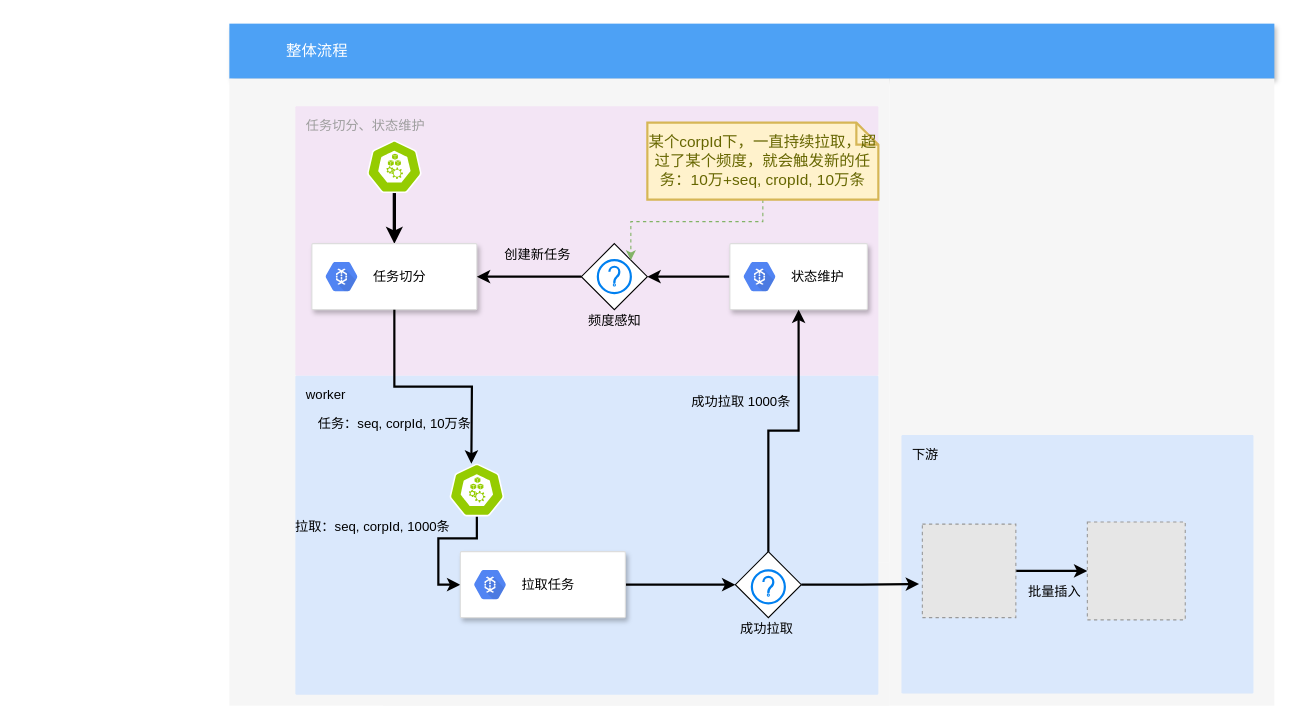
The draw.io diagram craft/fetch_task_flow.drawio in feihu618/drawio, before the edit. Source tidied: cells renumbered, new cells numbered last; positions are measured from the earlier drawing's top-left corner, leaving out a move shared by most shapes. Both pictures are drawn from the tidied source at 110%, with x=0, y=0 at pixel (229, 23). Pictures stored in the file or linked from it are replaced by grey dashed boxes.
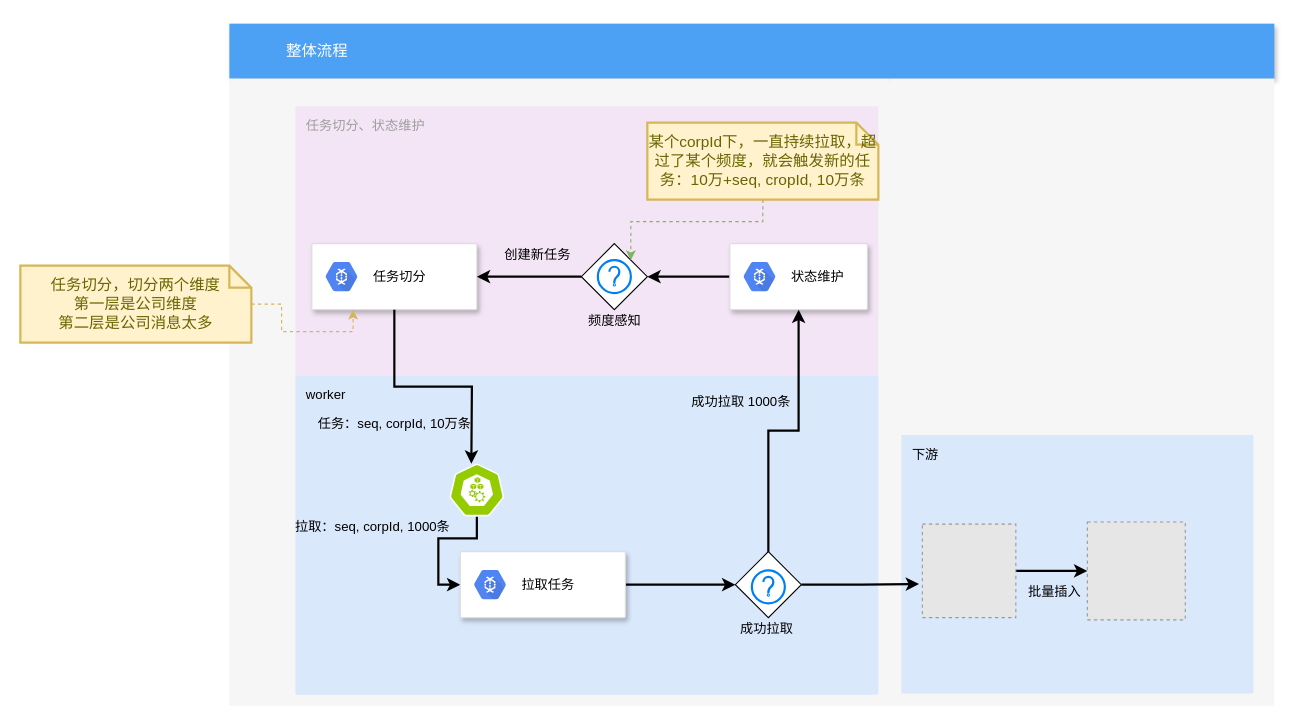
After the change.

Unchanged cells that the change refers to:
```xml
<mxCell id="9" style="strokeColor=#dddddd;shadow=1;strokeWidth=1;rounded=1;absoluteArcSize=1;arcSize=2;fontColor=#6666FF;" parent="1" vertex="1">
  <mxGeometry x="75" y="200" width="150" height="60" as="geometry" />
</mxCell>
```

What changed in the source:
```diff
@@
-    <mxCell id="7" style="edgeStyle=orthogonalEdgeStyle;rounded=0;jettySize=auto;html=1;fontColor=#6666FF;strokeWidth=3;" parent="1" edge="1" source="8" target="9">
-      <mxGeometry relative="1" as="geometry" />
-    </mxCell>
-    <mxCell id="8" style="html=1;dashed=0;whitespace=wrap;fillColor=#95cc01;strokeColor=#ffffff;points=[[0.005,0.63,0],[0.1,0.2,0],[0.9,0.2,0],[0.5,0,0],[0.995,0.63,0],[0.72,0.99,0],[0.5,1,0],[0.28,0.99,0]];shape=mxgraph.kubernetes.icon;prIcon=node;" parent="1" vertex="1">
-      <mxGeometry x="125" y="106" width="50" height="48" as="geometry" />
-    </mxCell>
@@
+    <mxCell id="43" style="edgeStyle=orthogonalEdgeStyle;rounded=0;jettySize=auto;html=1;entryX=0.25;entryY=1;entryDx=0;entryDy=0;dashed=1;strokeWidth=1;fillColor=#fff2cc;strokeColor=#d6b656;" parent="1" edge="1" source="44" target="9">
+      <mxGeometry relative="1" as="geometry" />
+    </mxCell>
+    <mxCell id="44" value="任务切分，切分两个维度&lt;br&gt;第一层是公司维度&lt;br&gt;第二层是公司消息太多" style="shape=note;strokeWidth=2;fontSize=14;size=20;whiteSpace=wrap;html=1;fillColor=#fff2cc;strokeColor=#d6b656;fontColor=#666600;" parent="1" vertex="1">
+      <mxGeometry x="-190" y="220" width="210" height="70" as="geometry" />
+    </mxCell>
```
